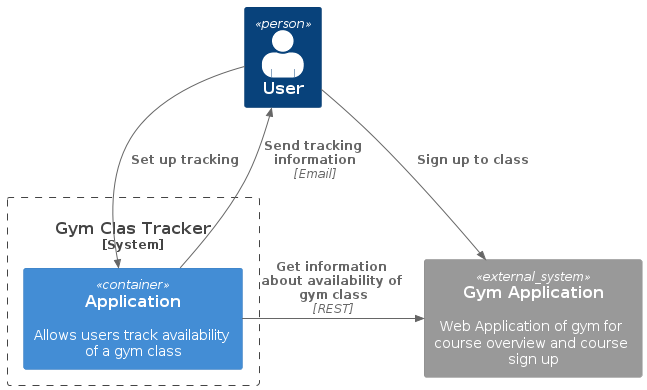
iris-hunkeler/gym-class-tracker keeps this PlantUML diagram as docs/rendered/c4-context-diagram.png. Above is the earlier version. The source it was exported from:
```plantuml
@startuml C4 Context Diagram
!include https://raw.githubusercontent.com/plantuml-stdlib/C4-PlantUML/master/C4_Container.puml

Person(user, "User", $sprite="person2", $link="https://github.com/plantuml-stdlib/C4-PlantUML/blob/master/LayoutOptions.md#hide_person_sprite-or-show_person_spritesprite")
System_Boundary(c1, "Gym Clas Tracker", $link="https://github.com/plantuml-stdlib/C4-PlantUML") {
    Container(app, "Application", "", $descr="Allows users track availability of a gym class", $link="https://github.com/plantuml-stdlib/C4-PlantUML/blob/master/LayoutOptions.md")
}

System_Ext(gym, "Gym Application", "", $descr="Web Application of gym for course overview and course sign up", $link="https://github.com/plantuml-stdlib/C4-PlantUML/blob/master/LayoutOptions.md")

Rel_D(user, app, "Set up tracking")
Rel_R(app, gym, "Get information about availability of gym class", "REST")
Rel_U(app, user, "Send tracking information", "Email")
Rel(user, gym, "Sign up to class")

@enduml
```
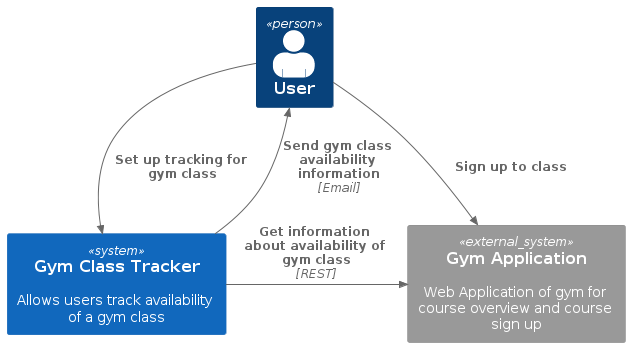
Above is the later version.

Change to the diagram source:
```diff
@@ -1,16 +1,14 @@
-@startuml C4 Context Diagram
+@startuml c4-context-diagram
+!include https://raw.githubusercontent.com/plantuml-stdlib/C4-PlantUML/master/C4_Context.puml
 !include https://raw.githubusercontent.com/plantuml-stdlib/C4-PlantUML/master/C4_Container.puml
 
-Person(user, "User", $sprite="person2", $link="https://github.com/plantuml-stdlib/C4-PlantUML/blob/master/LayoutOptions.md#hide_person_sprite-or-show_person_spritesprite")
-System_Boundary(c1, "Gym Clas Tracker", $link="https://github.com/plantuml-stdlib/C4-PlantUML") {
-    Container(app, "Application", "", $descr="Allows users track availability of a gym class", $link="https://github.com/plantuml-stdlib/C4-PlantUML/blob/master/LayoutOptions.md")
-}
+Person(user, "User", $sprite="person2")
+System(system, "Gym Class Tracker", "Allows users track availability of a gym class")
+System_Ext(gym, "Gym Application", "", $descr="Web Application of gym for course overview and course sign up")
 
-System_Ext(gym, "Gym Application", "", $descr="Web Application of gym for course overview and course sign up", $link="https://github.com/plantuml-stdlib/C4-PlantUML/blob/master/LayoutOptions.md")
-
-Rel_D(user, app, "Set up tracking")
-Rel_R(app, gym, "Get information about availability of gym class", "REST")
-Rel_U(app, user, "Send tracking information", "Email")
+Rel_D(user, system, "Set up tracking for gym class")
+Rel_R(system, gym, "Get information about availability of gym class", "REST")
+Rel_U(system, user, "Send gym class availability information", "Email")
 Rel(user, gym, "Sign up to class")
 
 @enduml
```
